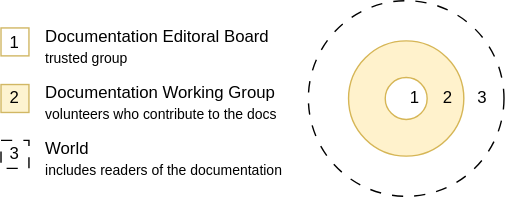
Before: docs-pep-concentric.drawio.svg, a diagram exported from draw.io (pradyunsg/diagrams). Source tidied: cells renumbered, new cells last; positions are measured from the earlier drawing's top-left corner, leaving out a move shared by most shapes.
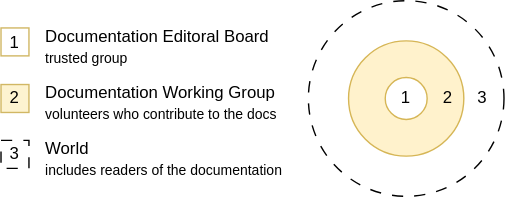
Above is the later version.

Change to the diagram source:
```diff
@@ -8,7 +8,7 @@
     <mxCell id="3" value="2&amp;nbsp;&amp;nbsp; " style="ellipse;whiteSpace=wrap;html=1;fillColor=#fff2cc;strokeColor=#D6B656;align=right;" parent="1" vertex="1">
       <mxGeometry x="248.8" y="28.8" width="82.5" height="82.5" as="geometry" />
     </mxCell>
-    <mxCell id="4" value="1&amp;nbsp; " style="ellipse;whiteSpace=wrap;html=1;strokeColor=#D6B656;align=right;" parent="1" vertex="1">
+    <mxCell id="4" value="1" style="ellipse;whiteSpace=wrap;html=1;strokeColor=#D6B656;align=center;" parent="1" vertex="1">
       <mxGeometry x="275" y="55" width="30" height="30" as="geometry" />
     </mxCell>
     <mxCell id="5" value="1" style="rounded=0;whiteSpace=wrap;html=1;fillColor=#ffffff;strokeColor=#d1b764;" parent="1" vertex="1">
```
